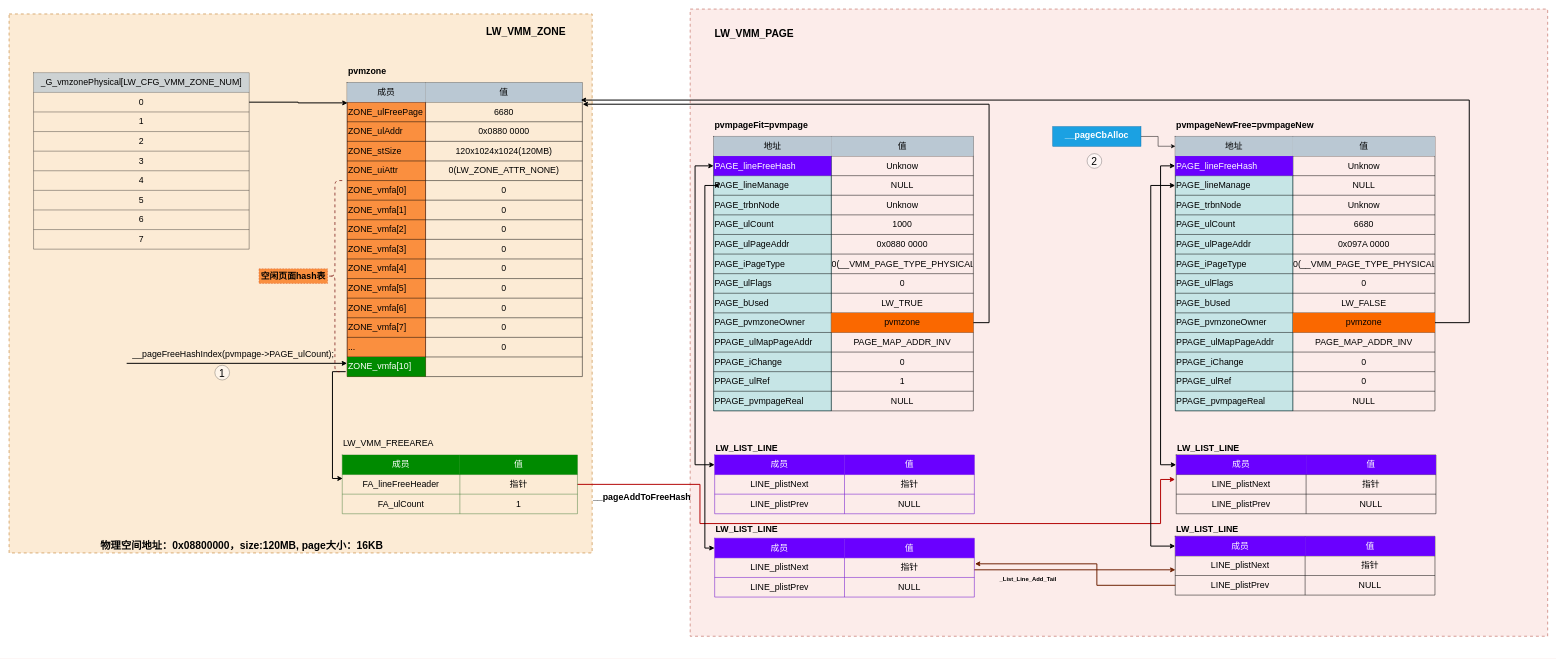
This is page "完成物理页面分配" (3 of 5) of draw/mips-mmu.drawio from peng-fan/drawio, a draw.io file, before an edit. Source tidied: cells renumbered, new cells numbered last; positions are measured from the earlier drawing's top-left corner, leaving out a move shared by most shapes. Both pictures are drawn from the tidied source at 49%, with x=0, y=0 at pixel (9, 9).
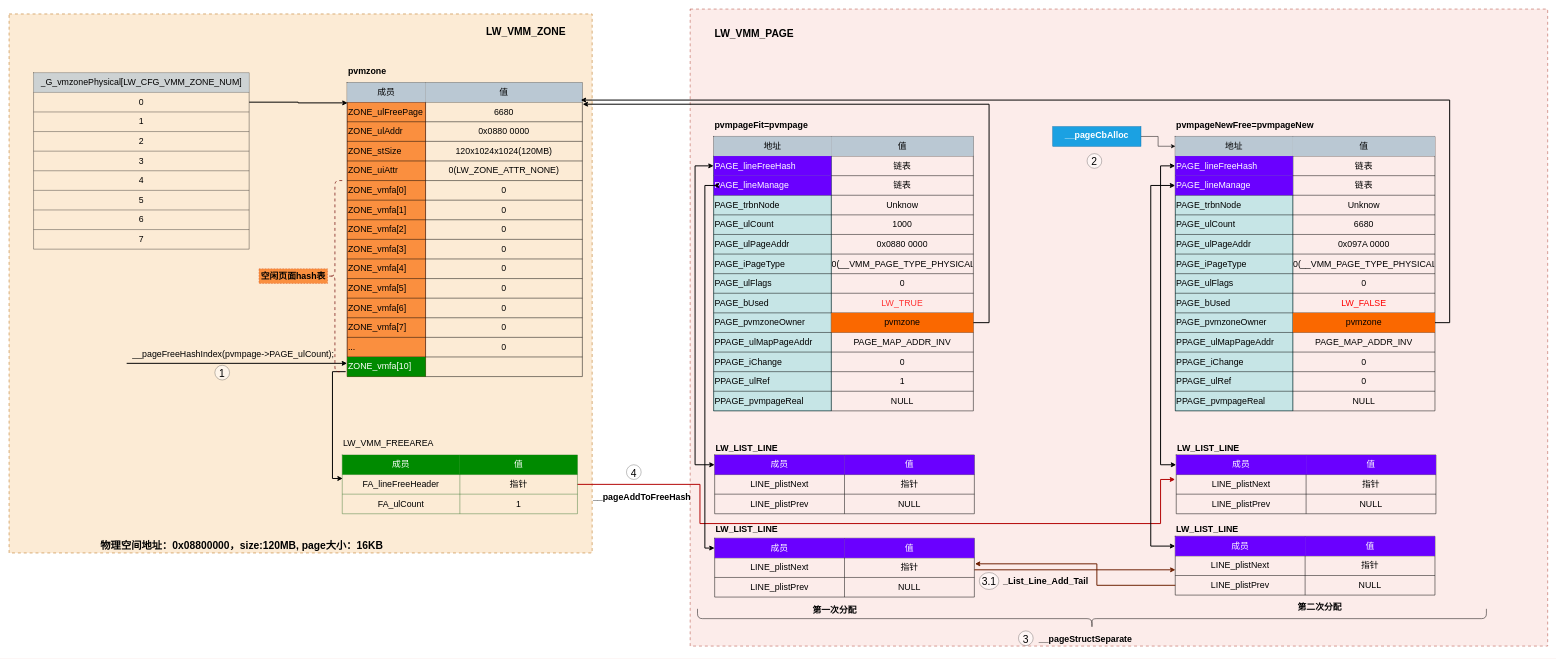
The same diagram, later.

The change refers to these unchanged cells:
```xml
<mxCell id="8" style="shape=partialRectangle;fillColor=none;top=0;left=0;bottom=0;right=0;points=[[0,0.5],[1,0.5]];portConstraint=eastwest;fontSize=18;strokeColor=default;" parent="4" vertex="1">
  <mxGeometry y="40" width="530" height="40" as="geometry" />
</mxCell>
<mxCell id="11" style="shape=partialRectangle;fillColor=none;top=0;left=0;bottom=0;right=0;fontSize=18;strokeColor=default;" parent="4" vertex="1">
  <mxGeometry y="80" width="530" height="40" as="geometry" />
</mxCell>
<mxCell id="29" style="shape=partialRectangle;fillColor=none;top=0;left=0;bottom=0;right=0;fontSize=18;strokeColor=default;" parent="4" vertex="1">
  <mxGeometry y="320" width="530" height="40" as="geometry" />
</mxCell>
<mxCell id="54" style="shape=partialRectangle;fillColor=none;top=0;left=0;bottom=0;right=0;points=[[0,0.5],[1,0.5]];portConstraint=eastwest;fontSize=18;strokeColor=default;" parent="50" vertex="1">
  <mxGeometry y="40" width="480" height="40" as="geometry" />
</mxCell>
<mxCell id="156" style="shape=partialRectangle;fillColor=none;top=0;left=0;bottom=0;right=0;points=[[0,0.5],[1,0.5]];portConstraint=eastwest;fontSize=18;strokeColor=default;" parent="152" vertex="1">
  <mxGeometry y="40" width="530" height="40" as="geometry" />
</mxCell>
<mxCell id="159" style="shape=partialRectangle;fillColor=none;top=0;left=0;bottom=0;right=0;points=[[0,0.5],[1,0.5]];portConstraint=eastwest;fontSize=18;strokeColor=default;" parent="152" vertex="1">
  <mxGeometry y="80" width="530" height="40" as="geometry" />
</mxCell>
<mxCell id="177" style="shape=partialRectangle;fillColor=none;top=0;left=0;bottom=0;right=0;fontSize=18;strokeColor=default;" parent="152" vertex="1">
  <mxGeometry y="320" width="530" height="40" as="geometry" />
</mxCell>
<mxCell id="180" style="shape=partialRectangle;fillColor=none;top=0;left=0;bottom=0;right=0;points=[[0,0.5],[1,0.5]];portConstraint=eastwest;fontSize=18;strokeColor=default;" parent="152" vertex="1">
  <mxGeometry y="360" width="530" height="40" as="geometry" />
</mxCell>
```

Change to the diagram source:
```diff
@@
     <mxCell id="2" style="rounded=0;whiteSpace=wrap;html=1;dashed=1;fontSize=18;strokeColor=#ae4132;strokeWidth=2;fillColor=#fad9d5;align=center;opacity=50;" parent="1" vertex="1">
-      <mxGeometry x="1390" width="1750" height="1280" as="geometry" />
+      <mxGeometry x="1390" width="1750" height="1300" as="geometry" />
     </mxCell>
@@
-    <mxCell id="10" value="Unknow" style="shape=partialRectangle;html=1;whiteSpace=wrap;overflow=hidden;fillColor=none;top=0;left=0;bottom=0;right=0;fontSize=18;strokeColor=default;align=center;" parent="8" vertex="1">
+    <mxCell id="10" value="链表" style="shape=partialRectangle;html=1;whiteSpace=wrap;overflow=hidden;fillColor=none;top=0;left=0;bottom=0;right=0;fontSize=18;strokeColor=default;align=center;" parent="8" vertex="1">
       <mxGeometry x="240" width="290" height="40" as="geometry" />
     </mxCell>
@@
-    <mxCell id="12" value="PAGE_lineManage" style="shape=partialRectangle;html=1;whiteSpace=wrap;overflow=hidden;fillColor=none;top=0;left=0;bottom=0;right=0;fontSize=18;strokeColor=default;align=left;" parent="11" vertex="1">
+    <mxCell id="12" value="PAGE_lineManage" style="shape=partialRectangle;html=1;whiteSpace=wrap;overflow=hidden;fillColor=#6a00ff;top=0;left=0;bottom=0;right=0;fontSize=18;strokeColor=#3700CC;align=left;fontColor=#ffffff;" parent="11" vertex="1">
       <mxGeometry width="240" height="40" as="geometry" />
     </mxCell>
-    <mxCell id="13" value="&lt;span&gt;NULL&lt;/span&gt;" style="shape=partialRectangle;html=1;whiteSpace=wrap;overflow=hidden;fillColor=none;top=0;left=0;bottom=0;right=0;fontSize=18;strokeColor=default;align=center;" parent="11" vertex="1">
+    <mxCell id="13" value="&lt;span&gt;链表&lt;/span&gt;" style="shape=partialRectangle;html=1;whiteSpace=wrap;overflow=hidden;fillColor=none;top=0;left=0;bottom=0;right=0;fontSize=18;strokeColor=default;align=center;" parent="11" vertex="1">
       <mxGeometry x="240" width="290" height="40" as="geometry" />
     </mxCell>
@@
-    <mxCell id="31" value="LW_TRUE" style="shape=partialRectangle;html=1;whiteSpace=wrap;overflow=hidden;fillColor=none;top=0;left=0;bottom=0;right=0;fontSize=18;strokeColor=default;align=center;" parent="29" vertex="1">
+    <mxCell id="31" value="&lt;font color=&quot;#ff3333&quot;&gt;LW_TRUE&lt;/font&gt;" style="shape=partialRectangle;html=1;whiteSpace=wrap;overflow=hidden;fillColor=none;top=0;left=0;bottom=0;right=0;fontSize=18;strokeColor=default;align=center;" parent="29" vertex="1">
       <mxGeometry x="240" width="290" height="40" as="geometry" />
     </mxCell>
@@
-    <mxCell id="118" style="shape=table;startSize=0;childLayout=tableLayout;fontSize=18;strokeColor=#6600CC;fillColor=none;gradientColor=none;align=center;" parent="1" vertex="1">
+    <mxCell id="118" style="shape=table;startSize=0;childLayout=tableLayout;fontSize=18;strokeColor=#000000;fillColor=none;gradientColor=none;align=center;" parent="1" vertex="1">
       <mxGeometry x="1440" y="910" width="530" height="120" as="geometry" />
     </mxCell>
@@
-    <mxCell id="158" value="Unknow" style="shape=partialRectangle;html=1;whiteSpace=wrap;overflow=hidden;fillColor=none;top=0;left=0;bottom=0;right=0;fontSize=18;strokeColor=default;align=center;" parent="156" vertex="1">
+    <mxCell id="158" value="&lt;span&gt;链表&lt;/span&gt;" style="shape=partialRectangle;html=1;whiteSpace=wrap;overflow=hidden;fillColor=none;top=0;left=0;bottom=0;right=0;fontSize=18;strokeColor=default;align=center;" parent="156" vertex="1">
       <mxGeometry x="240" width="290" height="40" as="geometry" />
     </mxCell>
@@
-    <mxCell id="160" value="PAGE_lineManage" style="shape=partialRectangle;html=1;whiteSpace=wrap;overflow=hidden;fillColor=none;top=0;left=0;bottom=0;right=0;fontSize=18;strokeColor=default;align=left;" parent="159" vertex="1">
+    <mxCell id="160" value="PAGE_lineManage" style="shape=partialRectangle;html=1;whiteSpace=wrap;overflow=hidden;fillColor=#6a00ff;top=0;left=0;bottom=0;right=0;fontSize=18;strokeColor=#3700CC;align=left;fontColor=#ffffff;" parent="159" vertex="1">
       <mxGeometry width="240" height="40" as="geometry" />
     </mxCell>
-    <mxCell id="161" value="&lt;span&gt;NULL&lt;/span&gt;" style="shape=partialRectangle;html=1;whiteSpace=wrap;overflow=hidden;fillColor=none;top=0;left=0;bottom=0;right=0;fontSize=18;strokeColor=default;align=center;" parent="159" vertex="1">
+    <mxCell id="161" value="&lt;span&gt;链表&lt;/span&gt;" style="shape=partialRectangle;html=1;whiteSpace=wrap;overflow=hidden;fillColor=none;top=0;left=0;bottom=0;right=0;fontSize=18;strokeColor=default;align=center;" parent="159" vertex="1">
       <mxGeometry x="240" width="290" height="40" as="geometry" />
     </mxCell>
@@
-    <mxCell id="179" value="LW_FALSE" style="shape=partialRectangle;html=1;whiteSpace=wrap;overflow=hidden;fillColor=none;top=0;left=0;bottom=0;right=0;fontSize=18;strokeColor=default;align=center;" parent="177" vertex="1">
+    <mxCell id="179" value="&lt;font color=&quot;#ff0000&quot;&gt;LW_FALSE&lt;/font&gt;" style="shape=partialRectangle;html=1;whiteSpace=wrap;overflow=hidden;fillColor=none;top=0;left=0;bottom=0;right=0;fontSize=18;strokeColor=default;align=center;" parent="177" vertex="1">
       <mxGeometry x="240" width="290" height="40" as="geometry" />
     </mxCell>
@@
-    <mxCell id="207" style="shape=table;startSize=0;childLayout=tableLayout;fontSize=18;strokeColor=#6600CC;fillColor=none;gradientColor=none;align=center;" parent="1" vertex="1">
+    <mxCell id="207" style="shape=table;startSize=0;childLayout=tableLayout;fontSize=18;strokeColor=#000000;fillColor=none;gradientColor=none;align=center;" parent="1" vertex="1">
       <mxGeometry x="1440" y="1080" width="530" height="120" as="geometry" />
     </mxCell>
@@
     <mxCell id="230" style="edgeStyle=orthogonalEdgeStyle;rounded=0;jettySize=auto;html=1;entryX=0.993;entryY=-0.107;entryDx=0;entryDy=0;entryPerimeter=0;strokeWidth=2;" parent="1" edge="1" source="180" target="54">
       <mxGeometry relative="1" as="geometry">
         <Array as="points">
-          <mxPoint x="2980" y="640" />
-          <mxPoint x="2980" y="186" />
+          <mxPoint x="2940" y="640" />
+          <mxPoint x="2940" y="186" />
         </Array>
       </mxGeometry>
     </mxCell>
@@
-    <mxCell id="235" value="&lt;b&gt;_List_Line_Add_Tail&lt;/b&gt;" style="text;whiteSpace=wrap;html=1;" parent="1" vertex="1">
-      <mxGeometry x="2020" y="1150" width="130" height="30" as="geometry" />
+    <mxCell id="235" value="&lt;b&gt;&lt;font style=&quot;font-size: 18px&quot;&gt;_List_Line_Add_Tail&lt;/font&gt;&lt;/b&gt;" style="text;whiteSpace=wrap;html=1;" parent="1" vertex="1">
+      <mxGeometry x="2027" y="1150" width="130" height="30" as="geometry" />
     </mxCell>
@@
+    <mxCell id="240" value="&lt;b&gt;__pageStructSeparate&lt;/b&gt;" style="text;whiteSpace=wrap;html=1;fontSize=18;fontColor=#000000;" parent="1" vertex="1">
+      <mxGeometry x="2100" y="1269" width="210" height="40" as="geometry" />
+    </mxCell>
+    <mxCell id="241" style="shape=curlyBracket;whiteSpace=wrap;html=1;rounded=1;fontSize=18;fontColor=#000000;strokeColor=#000000;fillColor=none;rotation=-90;" parent="1" vertex="1">
+      <mxGeometry x="2190" y="439" width="40" height="1610" as="geometry" />
+    </mxCell>
+    <mxCell id="242" value="3" style="ellipse;fillColor=#ffffff;strokeColor=#000000;fontSize=21;align=center;opacity=50;" parent="1" vertex="1">
+      <mxGeometry x="2060" y="1269" width="30" height="30" as="geometry" />
+    </mxCell>
+    <mxCell id="243" value="3.1" style="ellipse;fillColor=#ffffff;strokeColor=#000000;fontSize=21;align=center;opacity=50;" parent="1" vertex="1">
+      <mxGeometry x="1980" y="1150" width="40" height="34.5" as="geometry" />
+    </mxCell>
+    <mxCell id="244" value="4" style="ellipse;fillColor=#ffffff;strokeColor=#000000;fontSize=21;align=center;opacity=50;" parent="1" vertex="1">
+      <mxGeometry x="1260" y="930" width="30" height="30" as="geometry" />
+    </mxCell>
+    <mxCell id="245" value="&lt;b&gt;第一次分配&lt;/b&gt;" style="text;html=1;strokeColor=none;fillColor=none;align=center;verticalAlign=middle;whiteSpace=wrap;rounded=0;fontSize=18;fontColor=#000000;" parent="1" vertex="1">
+      <mxGeometry x="1560" y="1212" width="250" height="30" as="geometry" />
+    </mxCell>
+    <mxCell id="246" value="&lt;b&gt;第二次分配&lt;/b&gt;" style="text;html=1;strokeColor=none;fillColor=none;align=center;verticalAlign=middle;whiteSpace=wrap;rounded=0;fontSize=18;fontColor=#000000;" parent="1" vertex="1">
+      <mxGeometry x="2550" y="1205" width="250" height="30" as="geometry" />
+    </mxCell>
```
